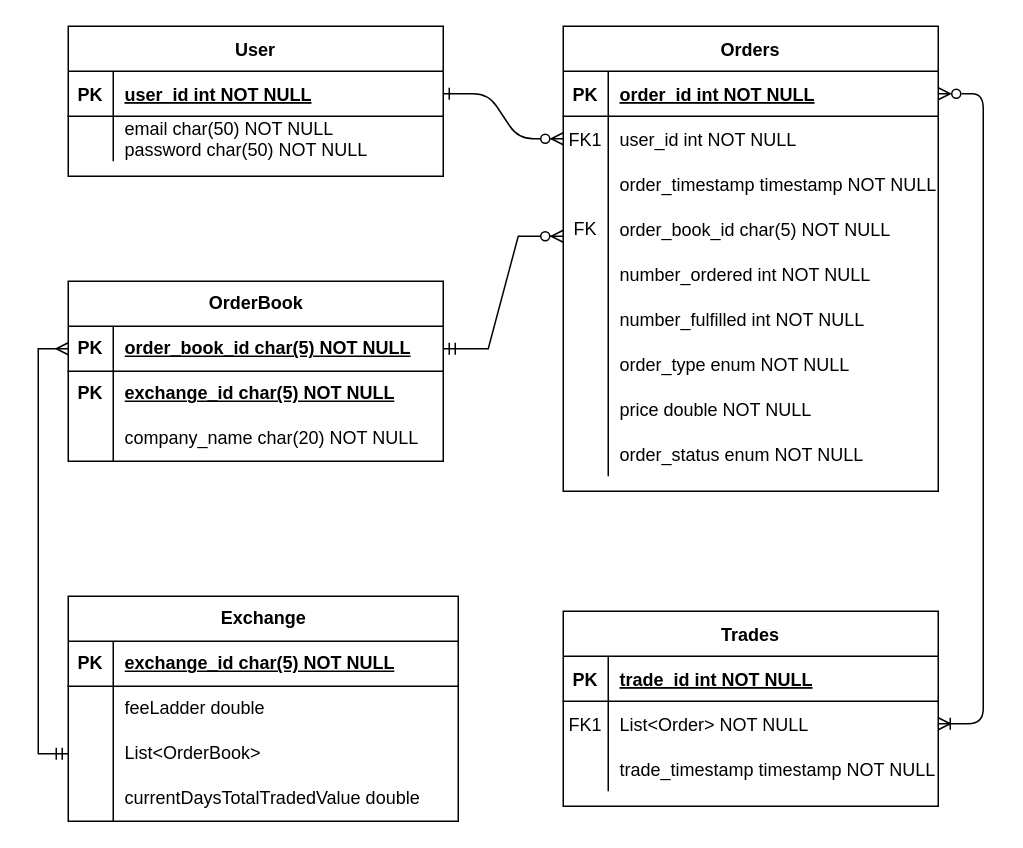
jbritland16/OrderBook keeps this draw.io diagram as erd.drawio. Above is the earlier version. Source tidied: cells renumbered, new cells numbered last; positions are measured from the earlier drawing's top-left corner, leaving out a move shared by most shapes. Both pictures are drawn from the tidied source at 150%, with x=0, y=0 at pixel (68, 26).
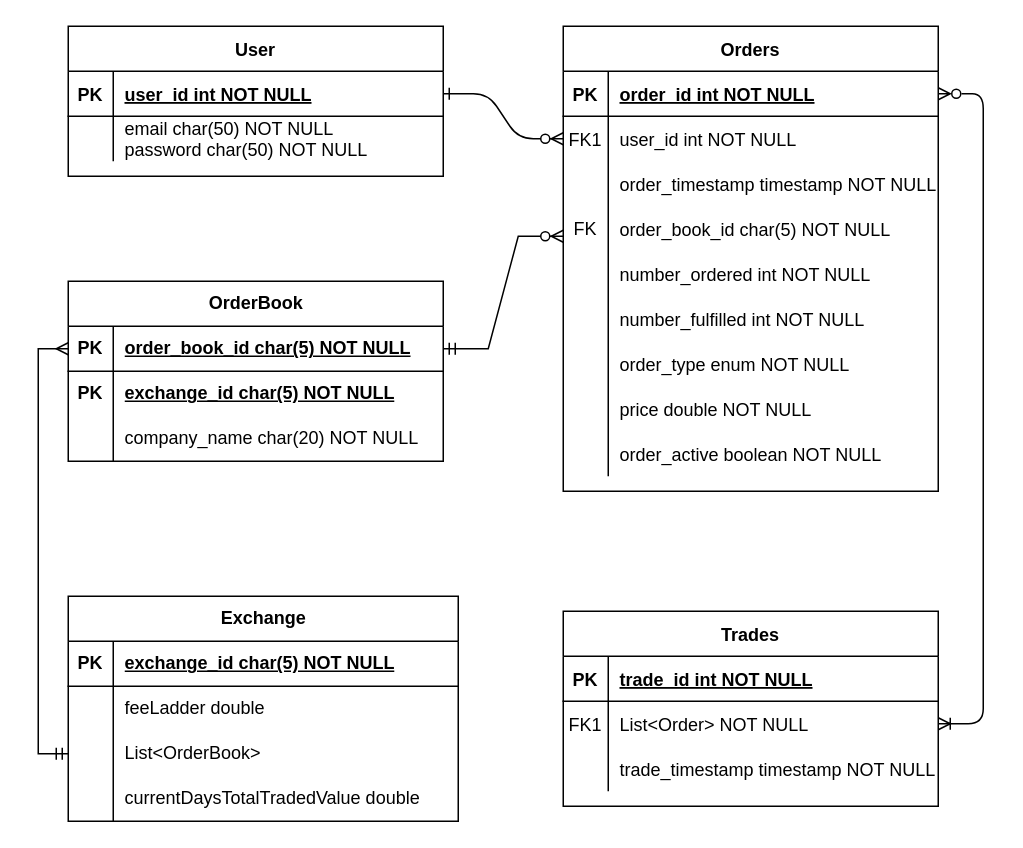
The same diagram, later.

Unchanged cells that the change refers to:
```xml
<mxCell id="29" style="shape=tableRow;horizontal=0;startSize=0;swimlaneHead=0;swimlaneBody=0;fillColor=none;top=0;left=0;right=0;bottom=0;" parent="4" vertex="1">
  <mxGeometry y="270" width="250" height="30" as="geometry" />
</mxCell>
```

The edit, as a diff of the source:
```diff
@@
-    <mxCell id="31" value="order_status enum NOT NULL" style="shape=partialRectangle;fillColor=none;top=0;left=0;bottom=0;right=0;align=left;spacingLeft=6;overflow=hidden;" parent="29" vertex="1">
+    <mxCell id="31" value="order_active boolean NOT NULL" style="shape=partialRectangle;fillColor=none;top=0;left=0;bottom=0;right=0;align=left;spacingLeft=6;overflow=hidden;" parent="29" vertex="1">
       <mxGeometry x="30" width="220" height="30" as="geometry" />
     </mxCell>
```
